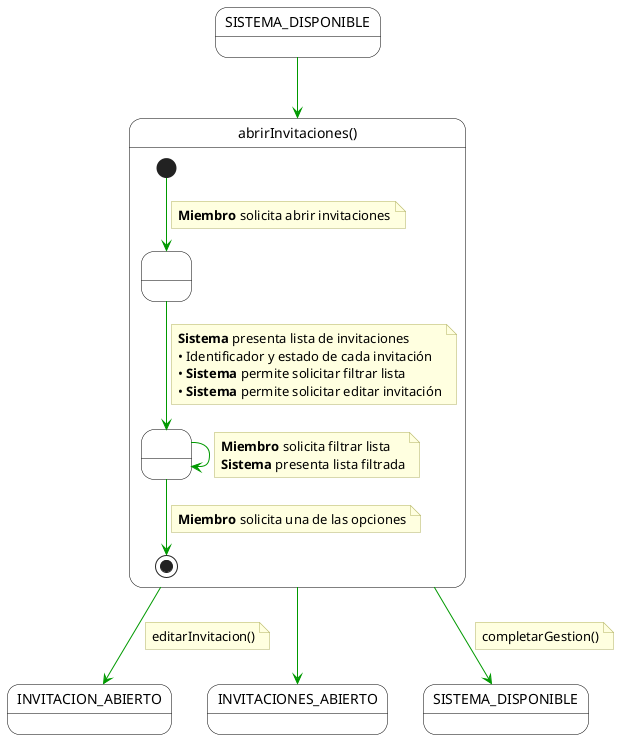
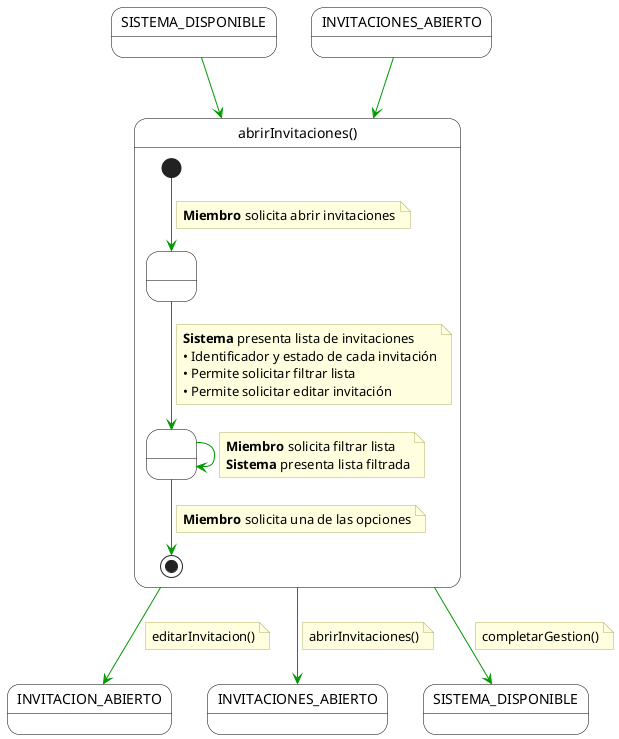
@startuml abrirInvitaciones
skinparam monochrome false
skinparam shadow false
top to bottom direction

skinparam state {
    BackgroundColor White
    BorderColor Black
    ArrowColor #009900
    StartColor Black
    EndColor Black
}

skinparam note {
    BackgroundColor #FFFFE0
    BorderColor #B0B060
    FontName Arial
}

state "SISTEMA_DISPONIBLE" as Inicio
+ state "INVITACIONES_ABIERTO" as EntradaLista

- state "abrirInvitaciones()" as MainBlock {
+ state "abrirInvitaciones()" as AbrirInvitacionesContainer {
    top to bottom direction

    state " " as PasoInicial
    state " " as PasoLista

    [*] --> PasoInicial
    note on link
        **Miembro** solicita abrir invitaciones
    end note

    PasoInicial --> PasoLista
    note on link
        **Sistema** presenta lista de invitaciones
        • Identificador y estado de cada invitación
-         • **Sistema** permite solicitar filtrar lista
-         • **Sistema** permite solicitar editar invitación
+         • Permite solicitar filtrar lista
+         • Permite solicitar editar invitación
    end note

    PasoLista -right-> PasoLista
    note on link
        **Miembro** solicita filtrar lista
        **Sistema** presenta lista filtrada
    end note

    PasoLista --> [*]
    note on link
        **Miembro** solicita una de las opciones
    end note
}

state "INVITACION_ABIERTO" as FinDetalle
state "INVITACIONES_ABIERTO" as FinLista
state "SISTEMA_DISPONIBLE" as FinSistema

- Inicio --> MainBlock
+ Inicio --> AbrirInvitacionesContainer
+ EntradaLista --> AbrirInvitacionesContainer

- MainBlock -[#009900]-> FinDetalle
+ AbrirInvitacionesContainer --> FinDetalle
note on link
-     editarInvitacion()
+   editarInvitacion()
end note

- MainBlock --> FinLista
+ AbrirInvitacionesContainer --> FinLista
+ note on link
+   abrirInvitaciones()
+ end note

- MainBlock --> FinSistema
+ AbrirInvitacionesContainer --> FinSistema
note on link
-     completarGestion()
+   completarGestion()
end note

@enduml